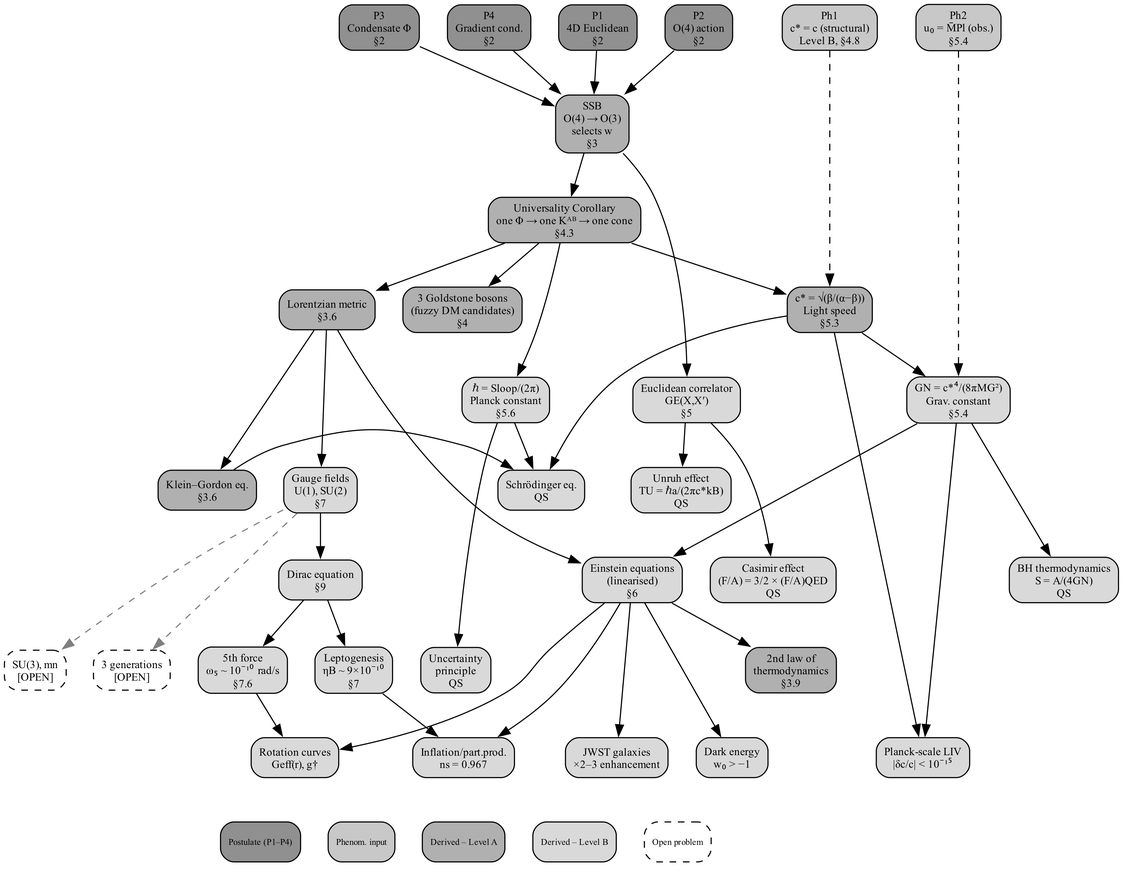
The Graphviz diagram figures/fig_partI_derivation_logic.png in chufelo/ECT-preprint-code, before a commit. Its source is kept beside it as fig_partI_derivation_logic.gv.
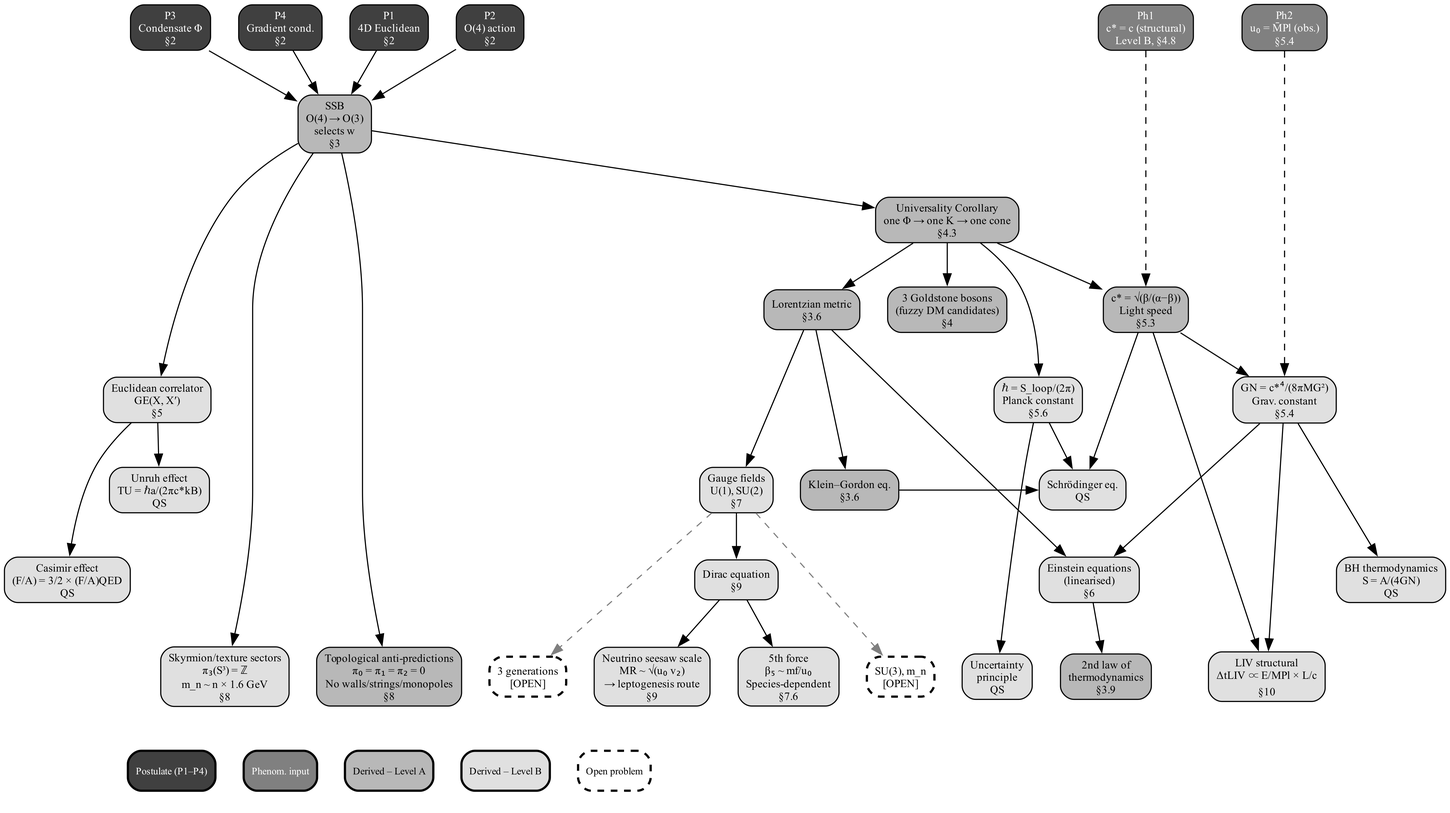
The same file after the commit.

Commit message:
Fix both derivation logic figures: remove Part II from Part I, fix contrast + Unicode

The edit, as a diff of the source:
```diff
@@ -8,28 +8,29 @@
   nodesep=0.35;
   ranksep=0.55;
 
-  node [fillcolor="#909090"];
+  node [fillcolor="#404040", fontcolor=white];
   P1 [label="P1\n4D Euclidean\n§2"];
   P2 [label="P2\nO(4) action\n§2"];
   P3 [label="P3\nCondensate Φ\n§2"];
   P4 [label="P4\nGradient cond.\n§2"];
 
-  node [fillcolor="#c8c8c8"];
+  node [fillcolor="#808080", fontcolor=white];
   Ph2 [label="Ph2\nu₀ = M̄Pl (obs.)\n§5.4"];
   Ph1 [label="Ph1\nc* = c (structural)\nLevel B, §4.8"];
 
-  node [fillcolor="#b0b0b0"];
+  node [fillcolor="#b8b8b8", fontcolor=black];
   SSB [label="SSB\nO(4) → O(3)\nselects w\n§3"];
-  UC [label="Universality Corollary\none Φ → one Kᴬᴮ → one cone\n§4.3"];
+  UC [label="Universality Corollary\none Φ → one K → one cone\n§4.3"];
   lorentz [label="Lorentzian metric\n§3.6"];
   goldstone [label="3 Goldstone bosons\n(fuzzy DM candidates)\n§4"];
   cstar [label="c* = √(β/(α−β))\nLight speed\n§5.3"];
   KG [label="Klein–Gordon eq.\n§3.6"];
   second_law [label="2nd law of\nthermodynamics\n§3.9"];
+  topo_anti [label="Topological anti-predictions\nπ₀ = π₁ = π₂ = 0\nNo walls/strings/monopoles\n§8"];
 
-  node [fillcolor="#d9d9d9"];
-  hbar [label="ℏ = Sloop/(2π)\nPlanck constant\n§5.6"];
-  GE [label="Euclidean correlator\nGE(X,X′)\n§5"];
+  node [fillcolor="#e0e0e0", fontcolor=black];
+  hbar [label="ℏ = S_loop/(2π)\nPlanck constant\n§5.6"];
+  GE [label="Euclidean correlator\nGE(X, X′)\n§5"];
   GN [label="GN = c*⁴/(8πMG²)\nGrav. constant\n§5.4"];
   gauge [label="Gauge fields\nU(1), SU(2)\n§7"];
   unruh [label="Unruh effect\nTU = ℏa/(2πc*kB)\nQS"];
@@ -38,17 +39,14 @@
   dirac [label="Dirac equation\n§9"];
   BH [label="BH thermodynamics\nS = A/(4GN)\nQS"];
   einstein [label="Einstein equations\n(linearised)\n§6"];
-  lepto [label="Leptogenesis\nηB ~ 9×10⁻¹⁰\n§7"];
-  fifth [label="5th force\nω₅ ~ 10⁻¹⁰ rad/s\n§7.6"];
+  fifth [label="5th force\nβ₅ ~ mf/u₀\nSpecies-dependent\n§7.6"];
   uncert [label="Uncertainty\nprinciple\nQS"];
-  inflation [label="Inflation/part.prod.\nns = 0.967"];
-  DE [label="Dark energy\nw₀ > −1"];
-  rotcurves [label="Rotation curves\nGeff(r), g†"];
-  jwst [label="JWST galaxies\n×2–3 enhancement"];
-  LIV [label="Planck-scale LIV\n|δc/c| < 10⁻¹⁵"];
+  skyrmion [label="Skyrmion/texture sectors\nπ₃(S³) = ℤ\nm_n ~ n × 1.6 GeV\n§8"];
+  LIV [label="LIV structural\nΔtLIV ∝ E/MPl × L/c\n§10"];
+  seesaw [label="Neutrino seesaw scale\nMR ~ √(u₀ v₂)\n→ leptogenesis route\n§9"];
 
-  node [fillcolor="white", style="rounded,dashed"];
-  SU3 [label="SU(3), mn\n[OPEN]"];
+  node [fillcolor="white", style="rounded,dashed", fontcolor=black, penwidth=2];
+  SU3 [label="SU(3), m_n\n[OPEN]"];
   threegen [label="3 generations\n[OPEN]"];
 
   {rank=same; P1; P2; P3; P4; Ph2; Ph1}
@@ -56,59 +54,39 @@
   {rank=same; hbar; GE; GN}
   {rank=same; gauge; KG; schrodinger; unruh}
   {rank=same; dirac; BH; casimir; einstein}
-  {rank=same; lepto; SU3; uncert; second_law; fifth; threegen}
-  {rank=same; inflation; DE; rotcurves; jwst; LIV}
+  {rank=same; SU3; fifth; uncert; second_law; threegen}
+  {rank=same; topo_anti; skyrmion; LIV; seesaw}
 
-  P1 -> SSB;
-  P2 -> SSB;
-  P3 -> SSB;
-  P4 -> SSB;
+  P1 -> SSB; P2 -> SSB; P3 -> SSB; P4 -> SSB;
   SSB -> UC;
-  UC -> lorentz;
-  UC -> goldstone;
-  UC -> cstar;
-  SSB -> GE;
-  UC -> hbar;
+  UC -> lorentz; UC -> goldstone; UC -> cstar;
+  SSB -> GE; UC -> hbar;
   cstar -> GN;
   Ph2 -> GN [style=dashed];
   Ph1 -> cstar [style=dashed];
-  lorentz -> KG;
-  lorentz -> gauge;
-  GE -> unruh;
-  GE -> casimir;
-  hbar -> schrodinger;
-  cstar -> schrodinger;
-  KG -> schrodinger;
+  lorentz -> KG; lorentz -> gauge;
+  GE -> unruh; GE -> casimir;
+  hbar -> schrodinger; cstar -> schrodinger; KG -> schrodinger;
   gauge -> dirac;
-  lorentz -> einstein;
-  GN -> einstein;
-  GN -> BH;
+  lorentz -> einstein; GN -> einstein; GN -> BH;
   dirac -> fifth;
-  dirac -> lepto;
   gauge -> SU3 [style=dashed, color=gray50];
   gauge -> threegen [style=dashed, color=gray50];
-  einstein -> second_law;
-  hbar -> uncert;
-  einstein -> rotcurves;
-  einstein -> inflation;
-  einstein -> DE;
-  einstein -> jwst;
-  cstar -> LIV;
-  GN -> LIV;
-  lepto -> inflation;
-  fifth -> rotcurves;
+  einstein -> second_law; hbar -> uncert;
+  SSB -> topo_anti;
+  SSB -> skyrmion;
+  cstar -> LIV; GN -> LIV;
+  dirac -> seesaw;
 
   subgraph cluster_legend {
-    label="";
-    style=invis;
-    rank=sink;
-    leg_p [label="Postulate (P1–P4)", fillcolor="#909090", style="rounded,filled", fontsize=8, shape=box];
-    leg_ph [label="Phenom. input", fillcolor="#c8c8c8", style="rounded,filled", fontsize=8, shape=box];
-    leg_a [label="Derived – Level A", fillcolor="#b0b0b0", style="rounded,filled", fontsize=8, shape=box];
-    leg_b [label="Derived – Level B", fillcolor="#d9d9d9", style="rounded,filled", fontsize=8, shape=box];
-    leg_o [label="Open problem", fillcolor="white", style="rounded,dashed", fontsize=8, shape=box];
+    label=""; style=invis; rank=sink;
+    leg_p [label="Postulate (P1–P4)", fillcolor="#404040", fontcolor=white, style="rounded,filled", fontsize=9];
+    leg_ph [label="Phenom. input", fillcolor="#808080", fontcolor=white, style="rounded,filled", fontsize=9];
+    leg_a [label="Derived – Level A", fillcolor="#b8b8b8", style="rounded,filled", fontsize=9];
+    leg_b [label="Derived – Level B", fillcolor="#e0e0e0", style="rounded,filled", fontsize=9];
+    leg_o [label="Open problem", fillcolor="white", style="rounded,dashed", fontsize=9, penwidth=2];
     leg_p -> leg_ph -> leg_a -> leg_b -> leg_o [style=invis];
     {rank=same; leg_p; leg_ph; leg_a; leg_b; leg_o}
   }
-  inflation -> leg_a [style=invis];
+  topo_anti -> leg_a [style=invis];
 }
```
